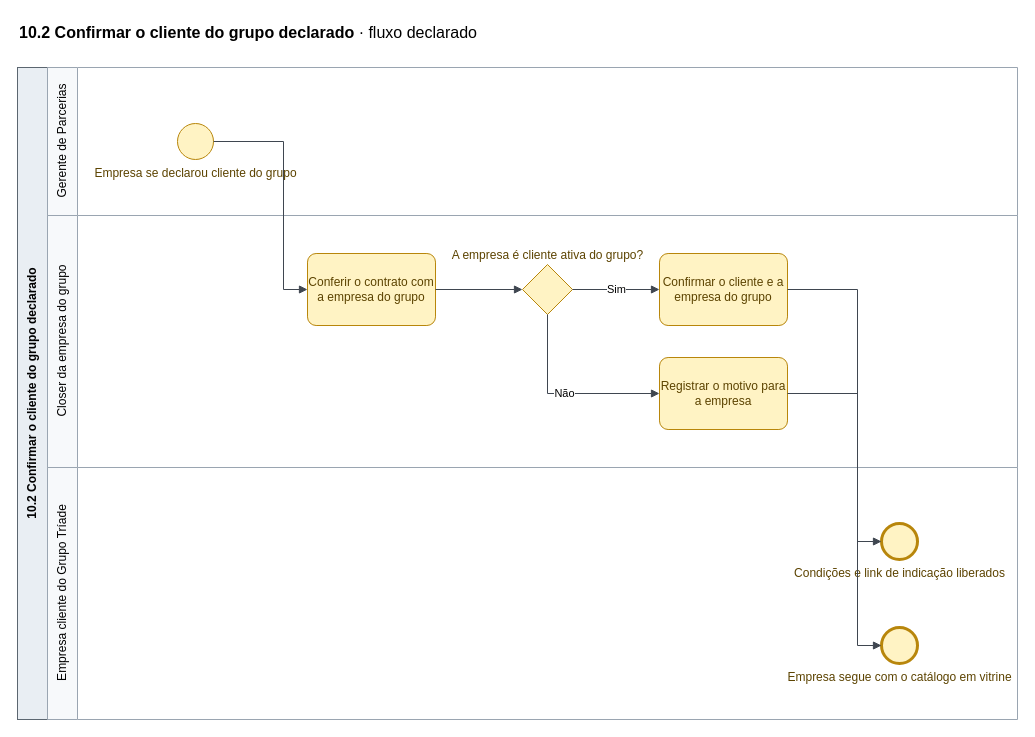
Earlier version of the draw.io diagram page "10.2 Confirmar o cliente do grupo" (87 of 88) of mapeamentos/wise-partners-to-be/saidas/mapa.drawio (Guilherme-MFaccin/Wise-Partners). Source tidied: cells renumbered, new cells numbered last; positions are measured from the earlier drawing's top-left corner, leaving out a move shared by most shapes. Both pictures are drawn from the tidied source at 100%, with x=0, y=0 at pixel (17, 17).
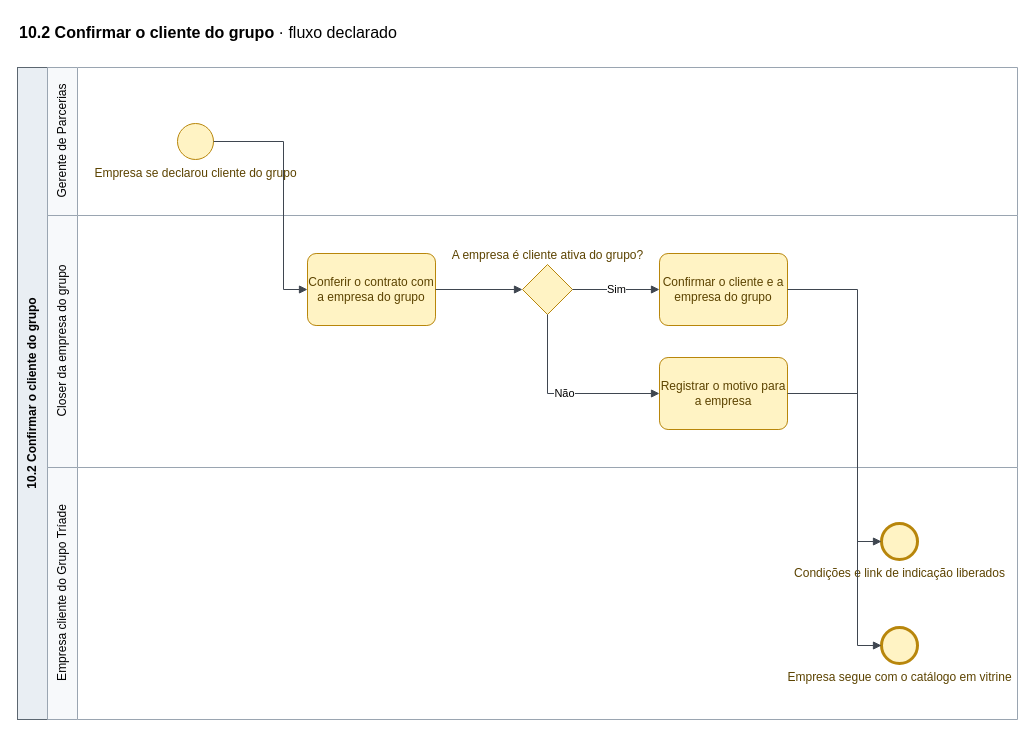
The same diagram, later.

What changed in the source:
```diff
@@
-    <mxCell id="2" value="&lt;b&gt;10.2 Confirmar o cliente do grupo declarado&lt;/b&gt;  ·  fluxo declarado" style="text;html=1;fontSize=16;align=left;verticalAlign=middle;strokeColor=none;fillColor=none;" parent="1" vertex="1">
+    <mxCell id="2" value="&lt;b&gt;10.2 Confirmar o cliente do grupo&lt;/b&gt;  ·  fluxo declarado" style="text;html=1;fontSize=16;align=left;verticalAlign=middle;strokeColor=none;fillColor=none;" parent="1" vertex="1">
       <mxGeometry width="700" height="30" as="geometry" />
     </mxCell>
-    <mxCell id="3" value="10.2 Confirmar o cliente do grupo declarado" style="rounded=0;whiteSpace=wrap;html=1;horizontal=0;fillColor=#E9EEF3;strokeColor=#5B6670;fontStyle=1;" parent="1" vertex="1">
+    <mxCell id="3" value="10.2 Confirmar o cliente do grupo" style="rounded=0;whiteSpace=wrap;html=1;horizontal=0;fillColor=#E9EEF3;strokeColor=#5B6670;fontStyle=1;" parent="1" vertex="1">
       <mxGeometry y="50" width="30" height="652" as="geometry" />
     </mxCell>
```
